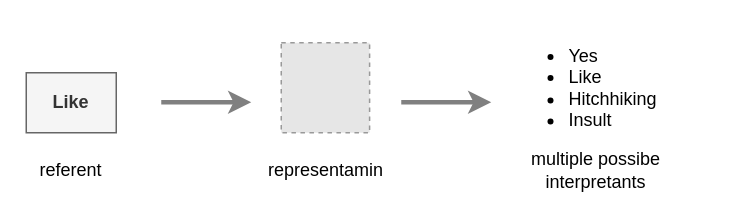
malcolmlett/malcolmlett.github.io keeps this draw.io diagram as page "semiotics" (3 of 6) of files/Paper-on-Loops-in-AI-and-Consciousness.drawio. Above is the earlier version. Source tidied: cells renumbered, new cells numbered last; positions are measured from the earlier drawing's top-left corner, leaving out a move shared by most shapes. Both pictures are drawn from the tidied source at 150%, with x=0, y=0 at pixel (26, 42). Pictures stored in the file or linked from it are replaced by grey dashed boxes.
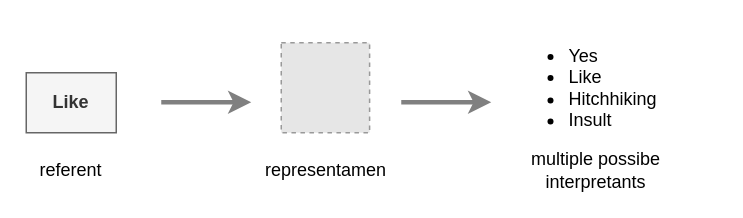
The same diagram, later.

What changed in the source:
```diff
@@
 <mxGraphModel>
   <root>
     <mxCell id="0" />
     <mxCell id="1" parent="0" />
     <mxCell id="2" style="fillColor=#E6E6E6;strokeColor=#999999;dashed=1;verticalLabelPosition=bottom;labelBackgroundColor=#ffffff;verticalAlign=top;" parent="1" vertex="1">
       <mxGeometry x="170" width="58.9" height="60" as="geometry" />
     </mxCell>
     <mxCell id="3" value="Like" style="text;html=1;align=center;verticalAlign=middle;whiteSpace=wrap;rounded=0;strokeColor=#666666;fillColor=#f5f5f5;fontColor=#333333;fontStyle=1;" parent="1" vertex="1">
       <mxGeometry y="20" width="60" height="40" as="geometry" />
     </mxCell>
     <mxCell id="4" value="referent" style="text;html=1;strokeColor=none;fillColor=none;align=center;verticalAlign=middle;whiteSpace=wrap;rounded=0;" parent="1" vertex="1">
       <mxGeometry y="70" width="60" height="30" as="geometry" />
     </mxCell>
-    <mxCell id="5" value="representamin" style="text;html=1;strokeColor=none;fillColor=none;align=center;verticalAlign=middle;whiteSpace=wrap;rounded=0;" parent="1" vertex="1">
+    <mxCell id="5" value="representamen" style="text;html=1;strokeColor=none;fillColor=none;align=center;verticalAlign=middle;whiteSpace=wrap;rounded=0;" parent="1" vertex="1">
       <mxGeometry x="150" y="70" width="100" height="30" as="geometry" />
     </mxCell>
     <mxCell id="6" value="&lt;ul&gt;&lt;li&gt;Yes&lt;/li&gt;&lt;li&gt;Like&lt;/li&gt;&lt;li&gt;Hitchhiking&lt;/li&gt;&lt;li&gt;Insult&lt;/li&gt;&lt;/ul&gt;" style="text;html=1;strokeColor=none;fillColor=none;align=left;verticalAlign=middle;whiteSpace=wrap;rounded=0;" parent="1" vertex="1">
       <mxGeometry x="320" width="140" height="60" as="geometry" />
     </mxCell>
     <mxCell id="7" value="multiple possibe interpretants" style="text;html=1;strokeColor=none;fillColor=none;align=center;verticalAlign=middle;whiteSpace=wrap;rounded=0;" parent="1" vertex="1">
       <mxGeometry x="330" y="70" width="100" height="30" as="geometry" />
     </mxCell>
     <mxCell id="8" style="endArrow=classic;html=1;rounded=0;strokeWidth=3;strokeColor=#808080;" parent="1" edge="1">
       <mxGeometry relative="1" as="geometry">
         <mxPoint x="90" y="39.7" as="sourcePoint" />
         <mxPoint x="150" y="39.7" as="targetPoint" />
       </mxGeometry>
     </mxCell>
     <mxCell id="9" style="endArrow=classic;html=1;rounded=0;strokeWidth=3;strokeColor=#808080;" parent="1" edge="1">
       <mxGeometry relative="1" as="geometry">
         <mxPoint x="250" y="39.7" as="sourcePoint" />
         <mxPoint x="310" y="39.7" as="targetPoint" />
       </mxGeometry>
     </mxCell>
   </root>
 </mxGraphModel>
```
